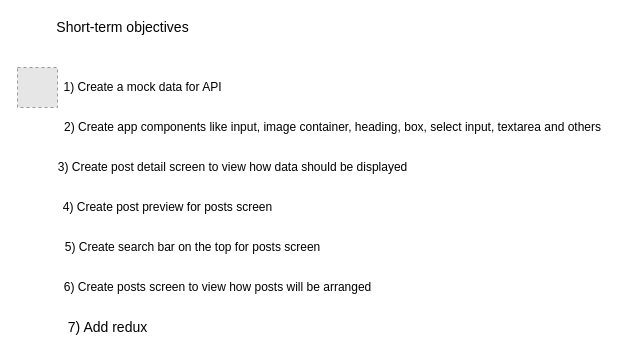
Before: page "Objectives" (4 of 4) of startup.drawio in Madi-S/kolik, a draw.io diagram. Source tidied: cells renumbered, new cells numbered last; positions are measured from the earlier drawing's top-left corner, leaving out a move shared by most shapes. Both pictures are drawn from the tidied source at 100%, with x=0, y=0 at pixel (17, 17). Pictures stored in the file or linked from it are replaced by grey dashed boxes.
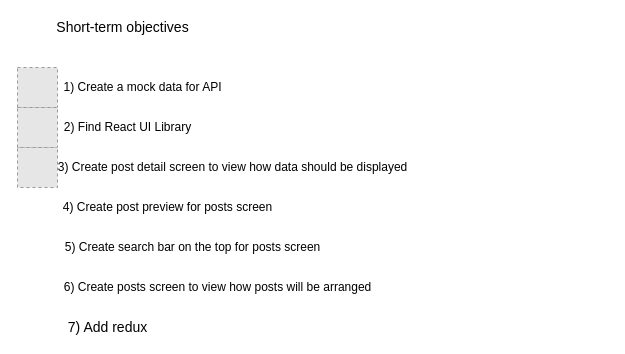
After the change.

Commit message:
Objectives marked as done

Diff of the diagram source:
```diff
@@
 <mxGraphModel>
   <root>
     <mxCell id="0" />
     <mxCell id="1" parent="0" />
     <mxCell id="2" value="&lt;font style=&quot;font-size: 14px&quot;&gt;Short-term objectives&lt;/font&gt;" style="text;html=1;align=center;verticalAlign=middle;strokeColor=none;fillColor=none;" parent="1" vertex="1">
       <mxGeometry x="30" width="150" height="20" as="geometry" />
     </mxCell>
     <mxCell id="3" value="1) Create a mock data for API" style="text;html=1;align=center;verticalAlign=middle;strokeColor=none;fillColor=none;" parent="1" vertex="1">
       <mxGeometry x="40" y="60" width="170" height="20" as="geometry" />
     </mxCell>
-    <mxCell id="4" value="2) Create app components like input, image container, heading, box, select input, textarea and others" style="text;html=1;align=center;verticalAlign=middle;strokeColor=none;fillColor=none;" parent="1" vertex="1">
-      <mxGeometry x="40" y="100" width="550" height="20" as="geometry" />
+    <mxCell id="4" value="2) Find React UI Library" style="text;html=1;align=center;verticalAlign=middle;strokeColor=none;fillColor=none;" parent="1" vertex="1">
+      <mxGeometry x="40" y="100" width="140" height="20" as="geometry" />
     </mxCell>
     <mxCell id="5" value="3) Create post detail screen to view how data should be displayed" style="text;html=1;align=center;verticalAlign=middle;strokeColor=none;fillColor=none;" parent="1" vertex="1">
       <mxGeometry x="30" y="140" width="370" height="20" as="geometry" />
     </mxCell>
     <mxCell id="6" value="4) Create post preview for posts screen" style="text;html=1;align=center;verticalAlign=middle;strokeColor=none;fillColor=none;" parent="1" vertex="1">
       <mxGeometry x="40" y="180" width="220" height="20" as="geometry" />
     </mxCell>
     <mxCell id="7" value="5) Create search bar on the top for posts screen&lt;br&gt;" style="text;html=1;align=center;verticalAlign=middle;strokeColor=none;fillColor=none;" parent="1" vertex="1">
       <mxGeometry x="40" y="220" width="270" height="20" as="geometry" />
     </mxCell>
     <mxCell id="8" value="6) Create posts screen to view how posts will be arranged" style="text;html=1;align=center;verticalAlign=middle;strokeColor=none;fillColor=none;" parent="1" vertex="1">
       <mxGeometry x="40" y="260" width="320" height="20" as="geometry" />
     </mxCell>
     <mxCell id="9" style="fillColor=#E6E6E6;strokeColor=#999999;dashed=1;html=1;verticalAlign=top;verticalLabelPosition=bottom;labelBackgroundColor=#ffffff;fontSize=14;" parent="1" vertex="1">
       <mxGeometry y="50" width="40" height="40" as="geometry" />
     </mxCell>
     <mxCell id="10" value="7) Add redux" style="text;html=1;align=center;verticalAlign=middle;strokeColor=none;fillColor=none;fontSize=14;" parent="1" vertex="1">
       <mxGeometry x="40" y="300" width="100" height="20" as="geometry" />
     </mxCell>
+    <mxCell id="11" style="fillColor=#E6E6E6;strokeColor=#999999;dashed=1;html=1;verticalAlign=top;verticalLabelPosition=bottom;labelBackgroundColor=#ffffff;fontSize=14;" parent="1" vertex="1">
+      <mxGeometry y="130" width="40" height="40" as="geometry" />
+    </mxCell>
+    <mxCell id="12" style="fillColor=#E6E6E6;strokeColor=#999999;dashed=1;html=1;verticalAlign=top;verticalLabelPosition=bottom;labelBackgroundColor=#ffffff;fontSize=14;" parent="1" vertex="1">
+      <mxGeometry y="90" width="40" height="40" as="geometry" />
+    </mxCell>
   </root>
 </mxGraphModel>
```
